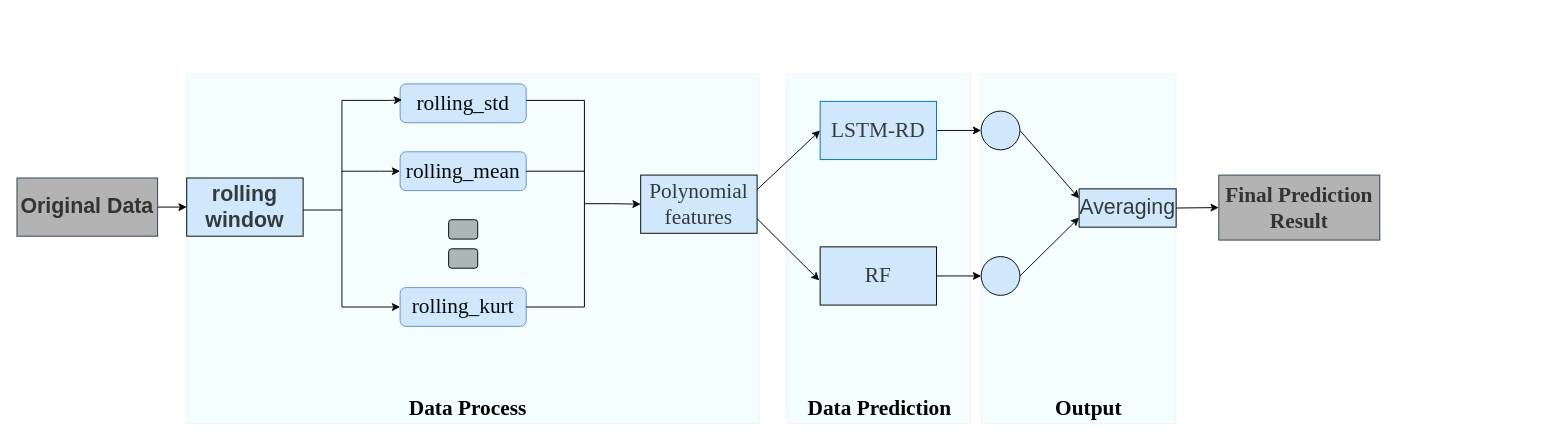
Earlier version of the draw.io diagram huihe.drawio (Lu-Ming-Song/C). Source tidied: cells renumbered, new cells numbered last; positions are measured from the earlier drawing's top-left corner, leaving out a move shared by most shapes. Both pictures are drawn from the tidied source at 97%, with x=0, y=0 at pixel (16, 74).
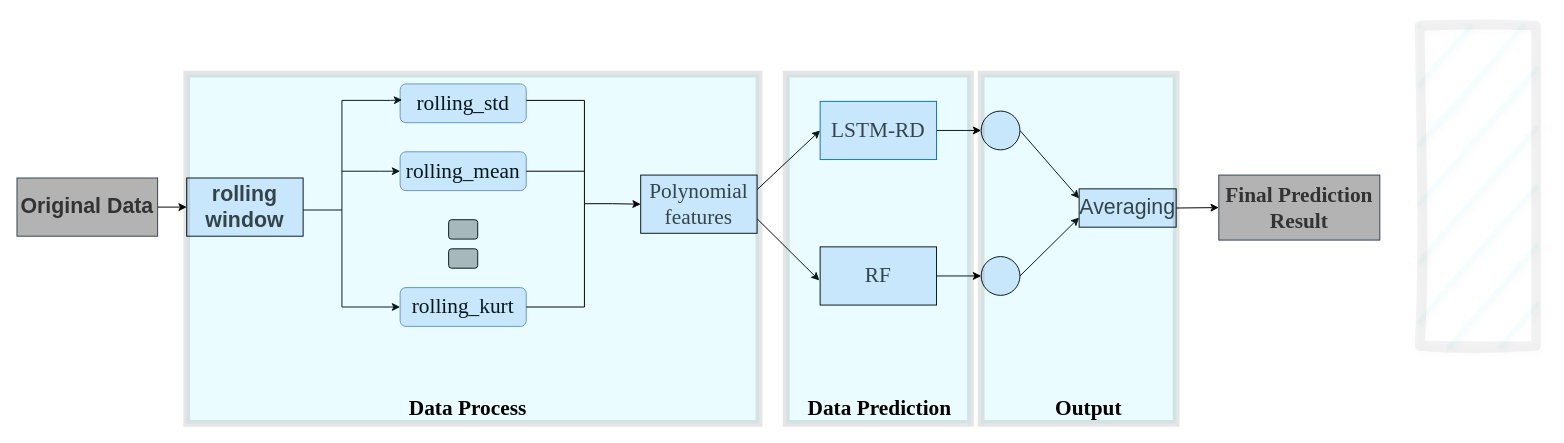
After the change.

What changed in the source:
```diff
@@
-    <mxCell id="30" style="verticalLabelPosition=bottom;verticalAlign=top;html=1;shape=mxgraph.basic.rect;fillColor2=none;strokeWidth=1;size=20;indent=5;opacity=5;fillColor=#36DDFF;" parent="1" vertex="1">
+    <mxCell id="30" style="verticalLabelPosition=bottom;verticalAlign=top;html=1;shape=mxgraph.basic.rect;fillColor2=none;strokeWidth=7;size=20;indent=5;opacity=10;fillColor=#36DDFF;strokeColor=#000000;shadow=0;labelBorderColor=none;labelBackgroundColor=none;fontStyle=0;" parent="1" vertex="1">
       <mxGeometry x="175" width="590" height="360" as="geometry" />
     </mxCell>
-    <mxCell id="31" style="verticalLabelPosition=bottom;verticalAlign=top;html=1;shape=mxgraph.basic.rect;fillColor2=none;strokeWidth=1;size=20;indent=5;opacity=5;fillColor=#36DDFF;" parent="1" vertex="1">
+    <mxCell id="31" style="verticalLabelPosition=bottom;verticalAlign=top;html=1;shape=mxgraph.basic.rect;fillColor2=none;strokeWidth=7;size=20;indent=5;opacity=10;fillColor=#36DDFF;" parent="1" vertex="1">
       <mxGeometry x="994" width="201" height="360" as="geometry" />
     </mxCell>
-    <mxCell id="32" style="verticalLabelPosition=bottom;verticalAlign=top;html=1;shape=mxgraph.basic.rect;fillColor2=none;strokeWidth=1;size=20;indent=5;opacity=5;fillColor=#36DDFF;" parent="1" vertex="1">
+    <mxCell id="32" style="verticalLabelPosition=bottom;verticalAlign=top;html=1;shape=mxgraph.basic.rect;fillColor2=none;strokeWidth=7;size=20;indent=5;opacity=10;fillColor=#36DDFF;textShadow=0;labelBackgroundColor=none;" parent="1" vertex="1">
       <mxGeometry x="793" width="190" height="360" as="geometry" />
     </mxCell>
@@
+    <mxCell id="39" style="rounded=0;html=1;fillColor=#36DDFF;fontColor=default;labelBorderColor=#000000;verticalAlign=top;labelPosition=center;verticalLabelPosition=bottom;align=center;opacity=5;glass=0;sketch=1;curveFitting=1;jiggle=2;shadow=1;strokeWidth=10;" parent="1" vertex="1">
+      <mxGeometry x="1446" y="-50" width="120" height="330" as="geometry" />
+    </mxCell>
```
